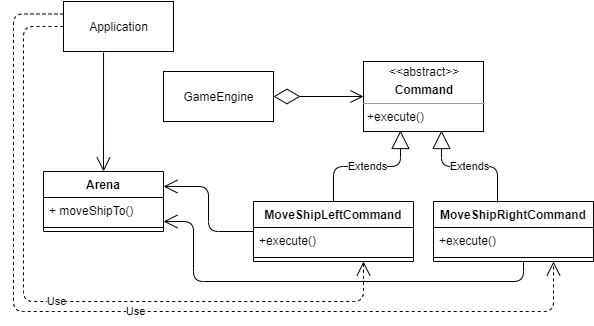
This is docs/imgs/Command.png from filiperecharte/SpaceInvaders, a draw.io export, as it was before one commit. Source tidied: cells renumbered, new cells last; positions are measured from the earlier drawing's top-left corner, leaving out a move shared by most shapes. Its diagram source:
```xml
<mxGraphModel>
  <root>
    <mxCell id="0" />
    <mxCell id="1" parent="0" />
    <mxCell id="2" value="GameEngine" style="html=1;" parent="1" vertex="1">
      <mxGeometry x="150" y="70" width="110" height="50" as="geometry" />
    </mxCell>
    <mxCell id="3" value="&lt;p style=&quot;margin: 0px ; margin-top: 4px ; text-align: center&quot;&gt;&amp;lt;&amp;lt;abstract&amp;gt;&amp;gt;&lt;/p&gt;&lt;p style=&quot;margin: 0px ; margin-top: 4px ; text-align: center&quot;&gt;&lt;b&gt;Command&lt;/b&gt;&lt;/p&gt;&lt;hr size=&quot;1&quot;&gt;&lt;p style=&quot;margin: 0px ; margin-left: 4px&quot;&gt;+execute()&lt;/p&gt;" style="verticalAlign=top;align=left;overflow=fill;fontSize=12;fontFamily=Helvetica;html=1;" parent="1" vertex="1">
      <mxGeometry x="350" y="60" width="120" height="70" as="geometry" />
    </mxCell>
    <mxCell id="4" value="Extends" style="endArrow=block;endSize=16;endFill=0;html=1;strokeColor=#000000;entryX=0.308;entryY=0.986;entryDx=0;entryDy=0;exitX=0.5;exitY=0;exitDx=0;exitDy=0;edgeStyle=orthogonalEdgeStyle;entryPerimeter=0;" parent="1" edge="1" source="5" target="3">
      <mxGeometry relative="1" as="geometry" />
    </mxCell>
    <mxCell id="5" value="MoveShipLeftCommand" style="swimlane;fontStyle=1;align=center;verticalAlign=top;horizontal=1;startSize=26;comic=0;" parent="1" vertex="1">
      <mxGeometry x="240" y="200" width="160" height="60" as="geometry" />
    </mxCell>
    <mxCell id="6" value="+execute()" style="text;strokeColor=none;fillColor=none;align=left;verticalAlign=top;spacingLeft=4;spacingRight=4;overflow=hidden;" parent="5" vertex="1">
      <mxGeometry y="26" width="160" height="26" as="geometry" />
    </mxCell>
    <mxCell id="7" style="line;strokeWidth=1;fillColor=none;align=left;verticalAlign=middle;spacingTop=-1;spacingLeft=3;spacingRight=3;labelPosition=right;" parent="5" vertex="1">
      <mxGeometry y="52" width="160" height="8" as="geometry" />
    </mxCell>
    <mxCell id="8" value="MoveShipRightCommand" style="swimlane;fontStyle=1;align=center;verticalAlign=top;horizontal=1;startSize=26;comic=0;" parent="1" vertex="1">
      <mxGeometry x="420" y="200" width="160" height="60" as="geometry" />
    </mxCell>
    <mxCell id="9" value="+execute()" style="text;strokeColor=none;fillColor=none;align=left;verticalAlign=top;spacingLeft=4;spacingRight=4;overflow=hidden;" parent="8" vertex="1">
      <mxGeometry y="26" width="160" height="26" as="geometry" />
    </mxCell>
    <mxCell id="10" style="line;strokeWidth=1;fillColor=none;align=left;verticalAlign=middle;spacingTop=-1;spacingLeft=3;spacingRight=3;labelPosition=right;" parent="8" vertex="1">
      <mxGeometry y="52" width="160" height="8" as="geometry" />
    </mxCell>
    <mxCell id="11" value="Extends" style="endArrow=block;endSize=16;endFill=0;html=1;strokeColor=#000000;exitX=0.4;exitY=0.017;exitDx=0;exitDy=0;exitPerimeter=0;edgeStyle=orthogonalEdgeStyle;entryX=0.65;entryY=0.986;entryDx=0;entryDy=0;entryPerimeter=0;" parent="1" edge="1" source="8" target="3">
      <mxGeometry relative="1" as="geometry" />
    </mxCell>
    <mxCell id="12" style="endArrow=open;endFill=1;endSize=12;html=1;strokeColor=#000000;entryX=1;entryY=0.25;entryDx=0;entryDy=0;exitX=0;exitY=0.5;exitDx=0;exitDy=0;edgeStyle=orthogonalEdgeStyle;" parent="1" edge="1" source="5" target="13">
      <mxGeometry relative="1" as="geometry" />
    </mxCell>
    <mxCell id="13" value="Arena" style="swimlane;fontStyle=1;align=center;verticalAlign=top;horizontal=1;startSize=26;comic=0;strokeWidth=1;" parent="1" vertex="1">
      <mxGeometry x="30" y="170" width="120" height="60" as="geometry" />
    </mxCell>
    <mxCell id="14" value="+ moveShipTo()" style="text;strokeColor=none;fillColor=none;align=left;verticalAlign=top;spacingLeft=4;spacingRight=4;overflow=hidden;" parent="13" vertex="1">
      <mxGeometry y="26" width="120" height="26" as="geometry" />
    </mxCell>
    <mxCell id="15" style="line;strokeWidth=1;fillColor=none;align=left;verticalAlign=middle;spacingTop=-1;spacingLeft=3;spacingRight=3;labelPosition=right;" parent="13" vertex="1">
      <mxGeometry y="52" width="120" height="8" as="geometry" />
    </mxCell>
    <mxCell id="16" style="endArrow=open;endFill=1;endSize=12;html=1;strokeColor=#000000;edgeStyle=orthogonalEdgeStyle;" parent="1" edge="1">
      <mxGeometry relative="1" as="geometry">
        <mxPoint x="510" y="260" as="sourcePoint" />
        <mxPoint x="150" y="220" as="targetPoint" />
        <Array as="points">
          <mxPoint x="510" y="280" />
          <mxPoint x="180" y="280" />
          <mxPoint x="180" y="220" />
        </Array>
      </mxGeometry>
    </mxCell>
    <mxCell id="17" value="Application" style="html=1;" parent="1" vertex="1">
      <mxGeometry x="50" width="110" height="50" as="geometry" />
    </mxCell>
    <mxCell id="18" style="endArrow=open;endFill=1;endSize=12;html=1;strokeColor=#000000;entryX=0.5;entryY=0;entryDx=0;entryDy=0;exitX=0.364;exitY=1.02;exitDx=0;exitDy=0;exitPerimeter=0;" parent="1" edge="1" source="17" target="13">
      <mxGeometry relative="1" as="geometry" />
    </mxCell>
    <mxCell id="19" value="Use" style="endArrow=open;endSize=12;dashed=1;html=1;strokeColor=#000000;entryX=0.75;entryY=1;entryDx=0;entryDy=0;edgeStyle=orthogonalEdgeStyle;exitX=0;exitY=0.25;exitDx=0;exitDy=0;" parent="1" edge="1" source="17" target="8">
      <mxGeometry relative="1" as="geometry">
        <Array as="points">
          <mxPoint y="13" />
          <mxPoint y="310" />
          <mxPoint x="540" y="310" />
        </Array>
      </mxGeometry>
    </mxCell>
    <mxCell id="20" value="Use" style="endArrow=open;endSize=12;dashed=1;html=1;strokeColor=#000000;edgeStyle=orthogonalEdgeStyle;" parent="1" edge="1">
      <mxGeometry relative="1" as="geometry">
        <mxPoint x="50" y="25" as="sourcePoint" />
        <mxPoint x="350" y="260" as="targetPoint" />
        <Array as="points">
          <mxPoint x="50" y="25" />
          <mxPoint x="10" y="25" />
          <mxPoint x="10" y="300" />
          <mxPoint x="350" y="300" />
        </Array>
      </mxGeometry>
    </mxCell>
    <mxCell id="21" style="endArrow=diamondThin;endFill=0;endSize=24;html=1;strokeColor=#000000;entryX=1;entryY=0.5;entryDx=0;entryDy=0;exitX=0;exitY=0.5;exitDx=0;exitDy=0;startArrow=open;startFill=0;targetPerimeterSpacing=0;strokeWidth=1;startSize=11;" parent="1" edge="1" source="3" target="2">
      <mxGeometry relative="1" as="geometry" />
    </mxCell>
  </root>
</mxGraphModel>
```
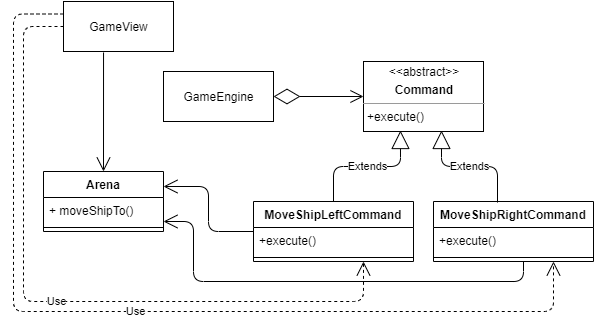
Above is the later version.

Commit message:
fixed command img

What changed in the source:
```diff
@@ -55,7 +55,7 @@
         </Array>
       </mxGeometry>
     </mxCell>
-    <mxCell id="17" value="Application" style="html=1;" parent="1" vertex="1">
+    <mxCell id="17" value="GameView" style="html=1;" parent="1" vertex="1">
       <mxGeometry x="50" width="110" height="50" as="geometry" />
     </mxCell>
     <mxCell id="18" style="endArrow=open;endFill=1;endSize=12;html=1;strokeColor=#000000;entryX=0.5;entryY=0;entryDx=0;entryDy=0;exitX=0.364;exitY=1.02;exitDx=0;exitDy=0;exitPerimeter=0;" parent="1" edge="1" source="17" target="13">
```
